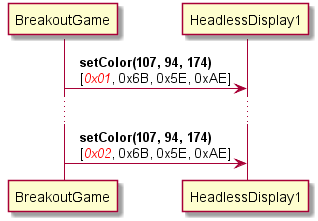
This is docs/duplicate-msg.png from SINTEF-9012/thingml-diversifier, a PlantUML export, as it was before one commit. Its source is kept beside it as src/main/resources/figures/duplicate-msg.plantuml. Source of this version:
```plantuml
@startuml
BreakoutGame -> HeadlessDisplay1: <b>  setColor(107, 94, 174)</b>\n  [<font color="red"><i>0x01</i></font>, 0x6B, 0x5E, 0xAE]
...
BreakoutGame -> HeadlessDisplay1: <b>  setColor(107, 94, 174)</b>\n  [<font color="red"><i>0x02</i></font>, 0x6B, 0x5E, 0xAE]
@enduml
```
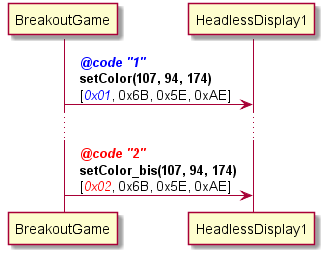
Above is the later version.

What changed in the source:
```diff
@@ -1,5 +1,5 @@
 @startuml
-BreakoutGame -> HeadlessDisplay1: <b>  setColor(107, 94, 174)</b>\n  [<font color="red"><i>0x01</i></font>, 0x6B, 0x5E, 0xAE]
+BreakoutGame -> HeadlessDisplay1: <b>  <font color="blue"><i>@code "1"</i></font></b>\n<b>  setColor(107, 94, 174)</b>\n  [<font color="blue"><i>0x01</i></font>, 0x6B, 0x5E, 0xAE]
 ...
-BreakoutGame -> HeadlessDisplay1: <b>  setColor(107, 94, 174)</b>\n  [<font color="red"><i>0x02</i></font>, 0x6B, 0x5E, 0xAE]
+BreakoutGame -> HeadlessDisplay1: <b>  <font color="red"><i>@code "2"</i></font></b>\n<b>  setColor_bis(107, 94, 174)</b>\n  [<font color="red"><i>0x02</i></font>, 0x6B, 0x5E, 0xAE]
 @enduml
```
